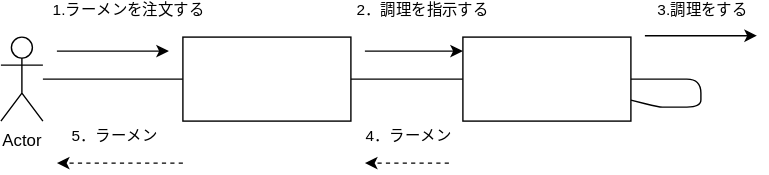
The draw.io diagram 例題5-1_ラーメン注文配膳.drawio.svg in marute0215/uml-introduction, before a commit. Source tidied: cells renumbered, new cells last; positions are measured from the earlier drawing's top-left corner, leaving out a move shared by most shapes.
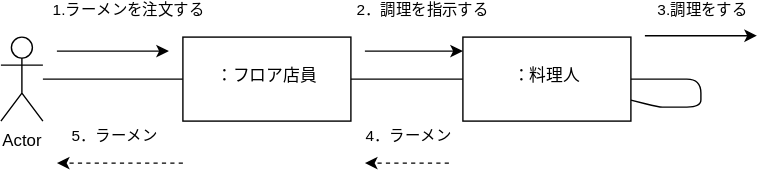
After the commit.

What changed in the source:
```diff
@@ -11,7 +11,7 @@
     <mxCell id="4" style="edgeStyle=none;html=1;endArrow=none;endFill=0;" parent="1" edge="1" source="5" target="7">
       <mxGeometry relative="1" as="geometry" />
     </mxCell>
-    <mxCell id="5" style="whiteSpace=wrap;html=1;verticalAlign=top;" parent="1" vertex="1">
+    <mxCell id="5" value="&lt;br&gt;：フロア店員" style="whiteSpace=wrap;html=1;verticalAlign=top;" parent="1" vertex="1">
       <mxGeometry x="130" y="1" width="120" height="60" as="geometry" />
     </mxCell>
     <mxCell id="6" style="edgeStyle=none;html=1;exitX=1;exitY=0.5;exitDx=0;exitDy=0;endArrow=none;endFill=0;entryX=1;entryY=0.75;entryDx=0;entryDy=0;" parent="1" edge="1" source="7" target="7">
@@ -24,7 +24,7 @@
         </Array>
       </mxGeometry>
     </mxCell>
-    <mxCell id="7" style="whiteSpace=wrap;html=1;verticalAlign=top;" parent="1" vertex="1">
+    <mxCell id="7" value="&lt;br&gt;：料理人" style="whiteSpace=wrap;html=1;verticalAlign=top;" parent="1" vertex="1">
       <mxGeometry x="330" y="1" width="120" height="60" as="geometry" />
     </mxCell>
     <mxCell id="8" style="endArrow=classic;html=1;" parent="1" edge="1">
```
